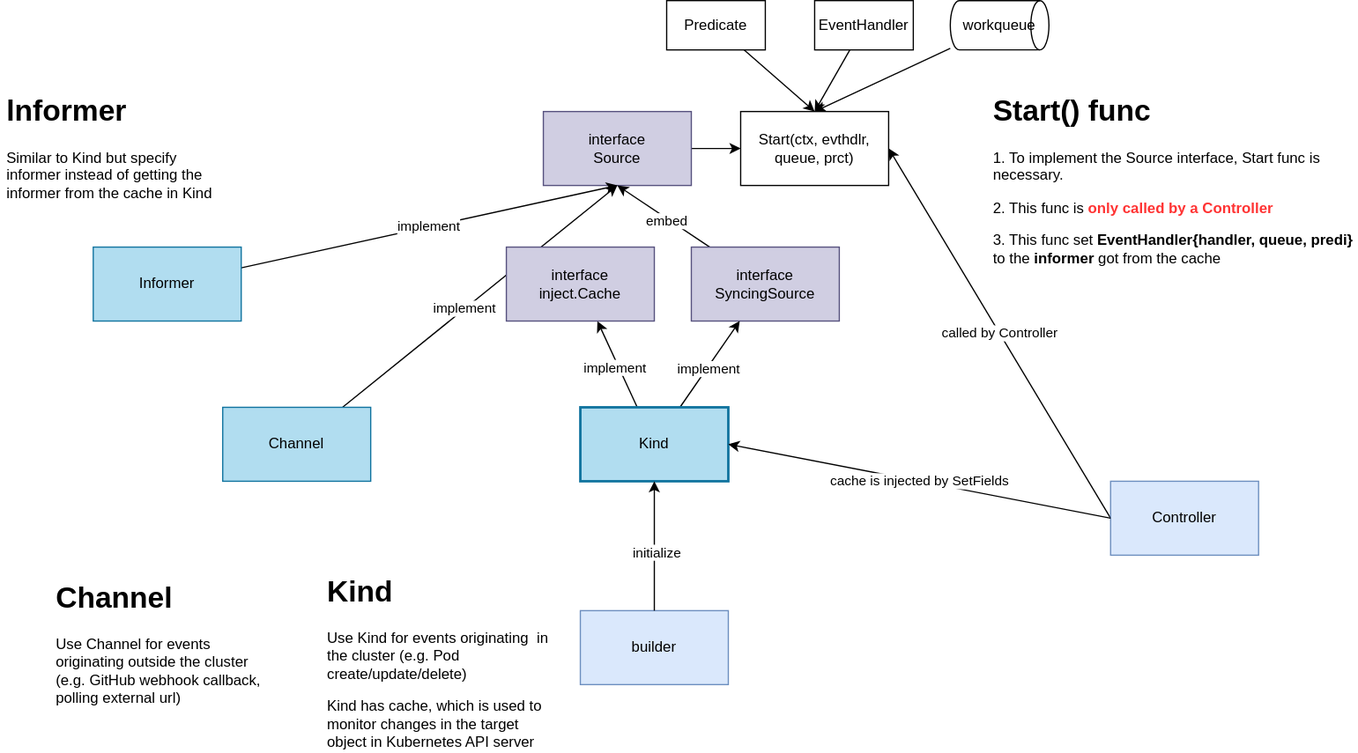
Earlier version of the draw.io export contents/kubernetes-operator/controller-runtime/source/diagram.drawio.svg (nakamasato/kubernetes-training). Source tidied: cells renumbered, new cells last; positions are measured from the earlier drawing's top-left corner, leaving out a move shared by most shapes.
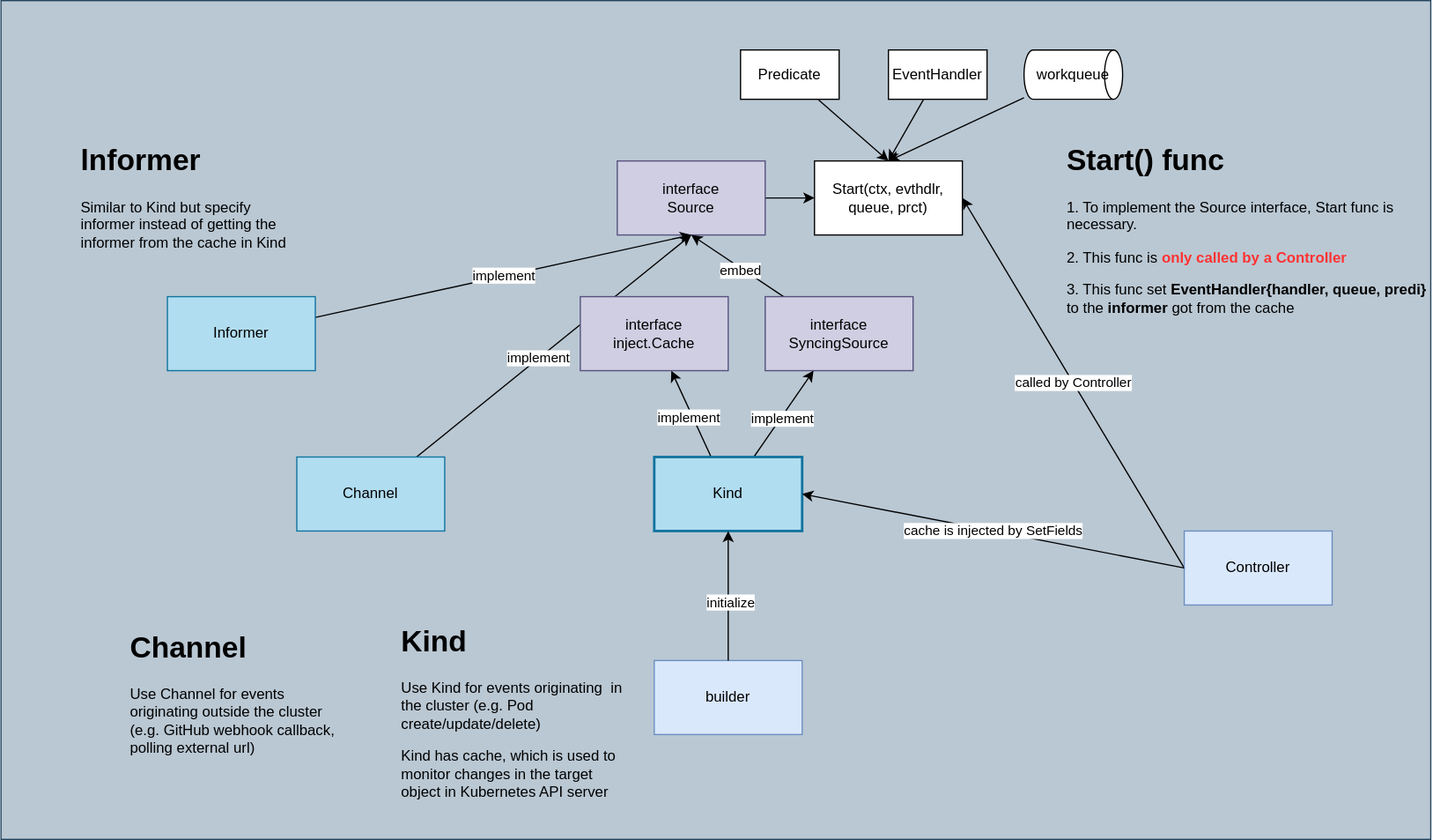
After the change.

What changed in the source:
```diff
@@ -2,6 +2,9 @@
   <root>
     <mxCell id="0" />
     <mxCell id="1" parent="0" />
+    <mxCell id="35" style="rounded=0;whiteSpace=wrap;html=1;fillColor=#bac8d3;strokeColor=#23445d;" parent="1" vertex="1">
+      <mxGeometry x="-60" y="-40" width="1160" height="680" as="geometry" />
+    </mxCell>
     <mxCell id="2" style="edgeStyle=none;html=1;entryX=0;entryY=0.5;entryDx=0;entryDy=0;" parent="1" edge="1" source="3" target="26">
       <mxGeometry relative="1" as="geometry" />
     </mxCell>
```
